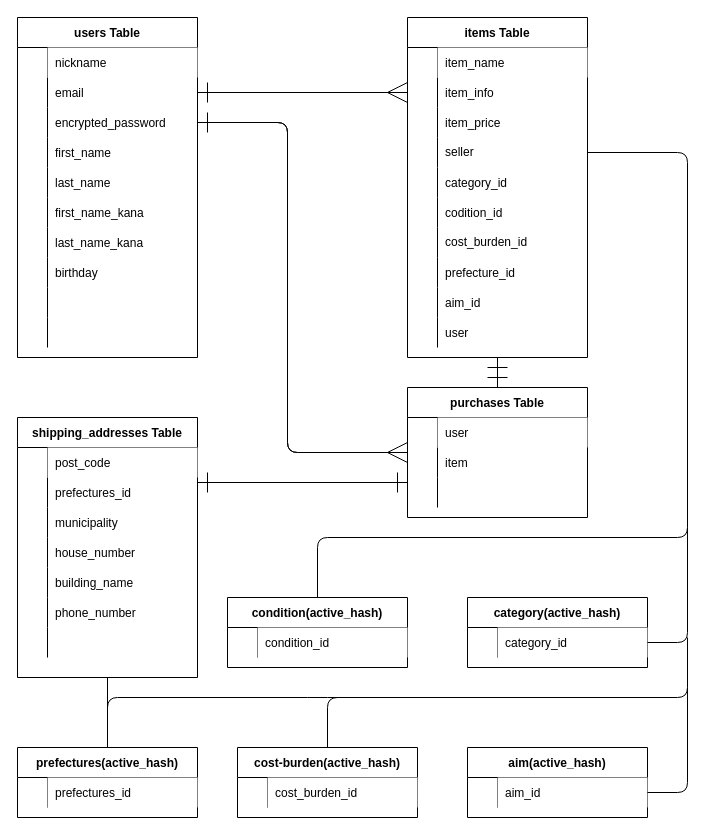
The draw.io diagram furima.dio in kakehi22222/furima-38489, before the edit. Source tidied: cells renumbered, new cells numbered last; positions are measured from the earlier drawing's top-left corner, leaving out a move shared by most shapes. Both pictures are drawn from the tidied source at 100%, with x=0, y=0 at pixel (17, 17).
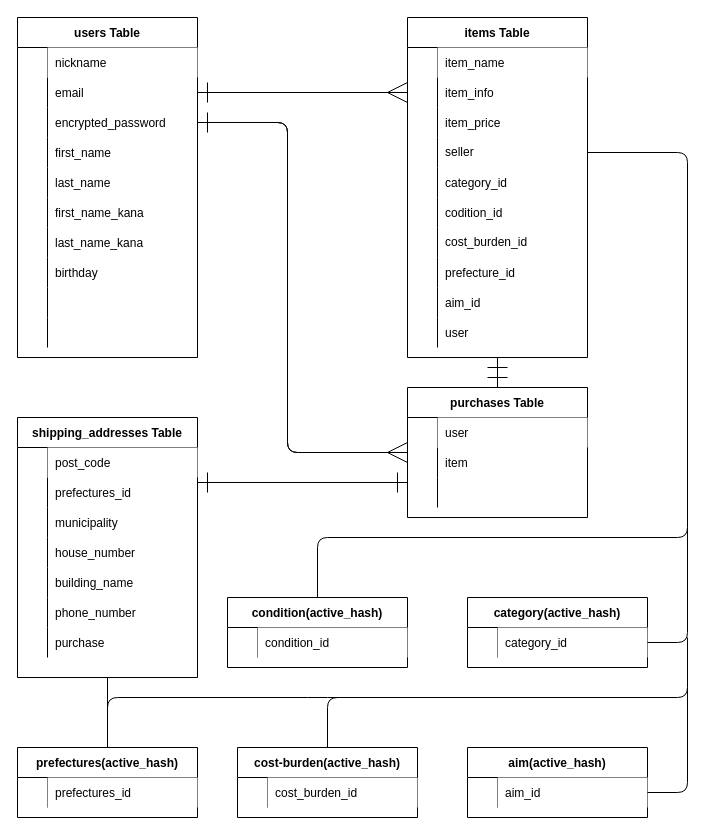
The same diagram, later.

The change refers to these unchanged cells:
```xml
<mxCell id="86" style="shape=partialRectangle;fillColor=none;top=0;left=0;bottom=0;right=0;" parent="67" vertex="1">
  <mxGeometry y="210" width="180" height="30" as="geometry" />
</mxCell>
```

What changed in the source:
```diff
@@
-    <mxCell id="88" style="shape=partialRectangle;fillColor=none;top=0;left=0;bottom=0;right=0;align=left;spacingLeft=6;overflow=hidden;" parent="86" vertex="1">
+    <mxCell id="88" value="purchase" style="shape=partialRectangle;fillColor=none;top=0;left=0;bottom=0;right=0;align=left;spacingLeft=6;overflow=hidden;" parent="86" vertex="1">
       <mxGeometry x="30" width="150" height="30" as="geometry" />
     </mxCell>
```
